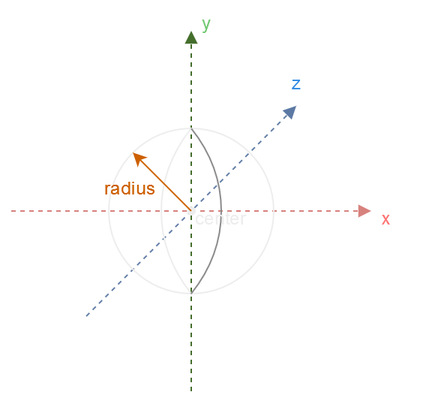
The draw.io diagram source/assets/collider_sphere.png in Team-Nutshell/nutshellengine-docs, before a commit. Source tidied: cells renumbered, new cells last; positions are measured from the earlier drawing's top-left corner, leaving out a move shared by most shapes.
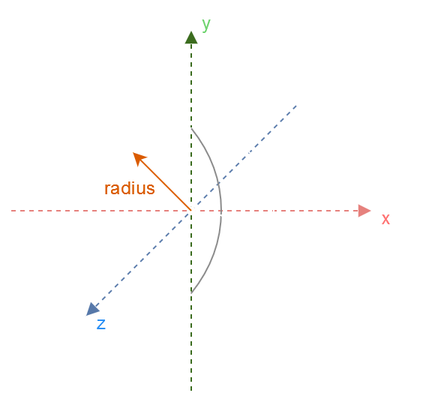
After the change.

Commit message:
fix coordinate system in collider diagrams

The edit, as a diff of the source:
```diff
@@ -2,26 +2,26 @@
   <root>
     <mxCell id="0" />
     <mxCell id="1" parent="0" />
-    <mxCell id="2" style="endArrow=block;dashed=1;html=1;rounded=0;startArrow=none;startFill=0;endFill=1;fillColor=#d5e8d4;strokeColor=#82b366;" parent="1" edge="1">
-      <mxGeometry relative="1" as="geometry">
-        <mxPoint x="120" y="260" as="sourcePoint" />
-        <mxPoint x="120" y="20" as="targetPoint" />
-      </mxGeometry>
-    </mxCell>
-    <mxCell id="3" style="endArrow=block;dashed=1;html=1;rounded=0;startArrow=none;startFill=0;endFill=1;fillColor=#f8cecc;strokeColor=#b85450;" parent="1" edge="1">
-      <mxGeometry relative="1" as="geometry">
-        <mxPoint y="140" as="sourcePoint" />
-        <mxPoint x="240" y="140" as="targetPoint" />
-      </mxGeometry>
-    </mxCell>
-    <mxCell id="4" style="endArrow=block;dashed=1;html=1;rounded=0;startArrow=none;startFill=0;endFill=1;fillColor=#dae8fc;strokeColor=#6c8ebf;" parent="1" edge="1">
-      <mxGeometry relative="1" as="geometry">
-        <mxPoint x="50" y="210" as="sourcePoint" />
-        <mxPoint x="190" y="70" as="targetPoint" />
-      </mxGeometry>
-    </mxCell>
+    <mxCell id="16" style="endArrow=block;dashed=1;html=1;rounded=0;startArrow=none;startFill=0;endFill=1;fillColor=#d5e8d4;strokeColor=#82b366;" parent="1" edge="1">
+      <mxGeometry relative="1" as="geometry">
+        <mxPoint x="120" y="260" as="sourcePoint" />
+        <mxPoint x="120" y="20" as="targetPoint" />
+      </mxGeometry>
+    </mxCell>
+    <mxCell id="17" style="endArrow=block;dashed=1;html=1;rounded=0;startArrow=none;startFill=0;endFill=1;fillColor=#f8cecc;strokeColor=#b85450;" parent="1" edge="1">
+      <mxGeometry relative="1" as="geometry">
+        <mxPoint y="140" as="sourcePoint" />
+        <mxPoint x="240" y="140" as="targetPoint" />
+      </mxGeometry>
+    </mxCell>
+    <mxCell id="18" style="endArrow=block;dashed=1;html=1;rounded=0;startArrow=none;startFill=0;endFill=1;fillColor=#dae8fc;strokeColor=#6c8ebf;" parent="1" edge="1">
+      <mxGeometry relative="1" as="geometry">
+        <mxPoint x="190" y="70" as="sourcePoint" />
+        <mxPoint x="50" y="210" as="targetPoint" />
+      </mxGeometry>
+    </mxCell>
     <mxCell id="5" value="&lt;font color=&quot;#268bf0&quot;&gt;z&lt;/font&gt;" style="text;html=1;align=center;verticalAlign=middle;whiteSpace=wrap;rounded=0;" parent="1" vertex="1">
-      <mxGeometry x="160" y="40" width="60" height="30" as="geometry" />
+      <mxGeometry x="30" y="200" width="60" height="30" as="geometry" />
     </mxCell>
     <mxCell id="6" value="x" style="text;html=1;strokeColor=none;fillColor=none;align=center;verticalAlign=middle;whiteSpace=wrap;rounded=0;fontColor=#FF3333;" parent="1" vertex="1">
       <mxGeometry x="220" y="130" width="60" height="30" as="geometry" />
@@ -29,42 +29,42 @@
     <mxCell id="7" value="y" style="text;html=1;strokeColor=none;fillColor=none;align=center;verticalAlign=middle;whiteSpace=wrap;rounded=0;fontColor=#006600;" parent="1" vertex="1">
       <mxGeometry x="100" width="60" height="30" as="geometry" />
     </mxCell>
-    <mxCell id="8" style="endArrow=none;html=1;rounded=0;entryX=1;entryY=0;entryDx=0;entryDy=0;exitDx=0;exitDy=0;exitPerimeter=0;" parent="1" edge="1">
-      <mxGeometry relative="1" as="geometry">
-        <mxPoint x="190" y="100" as="sourcePoint" />
-        <mxPoint x="190" y="100" as="targetPoint" />
-      </mxGeometry>
-    </mxCell>
-    <mxCell id="9" style="ellipse;whiteSpace=wrap;html=1;fillColor=none;" parent="1" vertex="1">
-      <mxGeometry x="65" y="85" width="110" height="110" as="geometry" />
-    </mxCell>
-    <mxCell id="10" style="curved=1;endArrow=none;html=1;rounded=0;strokeColor=default;endFill=0;entryX=0.5;entryY=0;entryDx=0;entryDy=0;exitX=0.5;exitY=1;exitDx=0;exitDy=0;" parent="1" edge="1" source="9" target="9">
-      <mxGeometry relative="1" as="geometry">
-        <Array as="points">
-          <mxPoint x="100" y="170" />
-          <mxPoint x="100" y="110" />
-        </Array>
-      </mxGeometry>
-    </mxCell>
-    <mxCell id="11" style="shape=waypoint;sketch=0;fillStyle=solid;size=6;points=[];fillColor=none;perimeter=centerPerimeter;snapToPoint=1;" parent="1" vertex="1">
-      <mxGeometry x="110" y="130" width="20" height="20" as="geometry" />
-    </mxCell>
-    <mxCell id="12" style="curved=1;endArrow=none;html=1;rounded=0;strokeColor=#737373;endFill=0;entryX=0.5;entryY=0;entryDx=0;entryDy=0;exitX=0.5;exitY=1;exitDx=0;exitDy=0;" parent="1" edge="1">
-      <mxGeometry relative="1" as="geometry">
-        <mxPoint x="120" y="195" as="sourcePoint" />
-        <mxPoint x="120" y="85" as="targetPoint" />
-        <Array as="points">
-          <mxPoint x="140" y="170" />
-          <mxPoint x="140" y="110" />
-        </Array>
-      </mxGeometry>
-    </mxCell>
+    <mxCell id="19" style="endArrow=none;html=1;rounded=0;entryX=1;entryY=0;entryDx=0;entryDy=0;exitDx=0;exitDy=0;exitPerimeter=0;" parent="1" edge="1">
+      <mxGeometry relative="1" as="geometry">
+        <mxPoint x="190" y="100" as="sourcePoint" />
+        <mxPoint x="190" y="100" as="targetPoint" />
+      </mxGeometry>
+    </mxCell>
+    <mxCell id="20" style="ellipse;whiteSpace=wrap;html=1;fillColor=none;" parent="1" vertex="1">
+      <mxGeometry x="65" y="85" width="110" height="110" as="geometry" />
+    </mxCell>
+    <mxCell id="21" style="curved=1;endArrow=none;html=1;rounded=0;strokeColor=default;endFill=0;entryX=0.5;entryY=0;entryDx=0;entryDy=0;exitX=0.5;exitY=1;exitDx=0;exitDy=0;" parent="1" edge="1" source="20" target="20">
+      <mxGeometry relative="1" as="geometry">
+        <Array as="points">
+          <mxPoint x="100" y="170" />
+          <mxPoint x="100" y="110" />
+        </Array>
+      </mxGeometry>
+    </mxCell>
+    <mxCell id="22" style="shape=waypoint;sketch=0;fillStyle=solid;size=6;points=[];fillColor=none;perimeter=centerPerimeter;snapToPoint=1;" parent="1" vertex="1">
+      <mxGeometry x="110" y="130" width="20" height="20" as="geometry" />
+    </mxCell>
+    <mxCell id="23" style="curved=1;endArrow=none;html=1;rounded=0;strokeColor=#737373;endFill=0;entryX=0.5;entryY=0;entryDx=0;entryDy=0;exitX=0.5;exitY=1;exitDx=0;exitDy=0;" parent="1" edge="1">
+      <mxGeometry relative="1" as="geometry">
+        <mxPoint x="120" y="195" as="sourcePoint" />
+        <mxPoint x="120" y="85" as="targetPoint" />
+        <Array as="points">
+          <mxPoint x="140" y="170" />
+          <mxPoint x="140" y="110" />
+        </Array>
+      </mxGeometry>
+    </mxCell>
     <mxCell id="13" value="center" style="text;html=1;strokeColor=none;fillColor=none;align=center;verticalAlign=middle;whiteSpace=wrap;rounded=0;" parent="1" vertex="1">
       <mxGeometry x="120" y="140" width="40" height="10" as="geometry" />
     </mxCell>
-    <mxCell id="14" style="endArrow=classic;html=1;rounded=0;exitX=0.417;exitY=0.6;exitDx=0;exitDy=0;exitPerimeter=0;entryX=0;entryY=0;entryDx=0;entryDy=0;fillColor=#ffe6cc;strokeColor=#FF8000;" parent="1" edge="1" source="11" target="9">
-      <mxGeometry relative="1" as="geometry" />
-    </mxCell>
+    <mxCell id="24" style="endArrow=classic;html=1;rounded=0;exitX=0.417;exitY=0.6;exitDx=0;exitDy=0;exitPerimeter=0;entryX=0;entryY=0;entryDx=0;entryDy=0;fillColor=#ffe6cc;strokeColor=#FF8000;" parent="1" edge="1" source="22" target="20">
+      <mxGeometry relative="1" as="geometry" />
+    </mxCell>
     <mxCell id="15" value="radius" style="text;html=1;strokeColor=none;fillColor=none;align=center;verticalAlign=middle;whiteSpace=wrap;rounded=0;fontColor=#FF8000;" parent="1" vertex="1">
       <mxGeometry x="50" y="110" width="60" height="30" as="geometry" />
     </mxCell>
```
